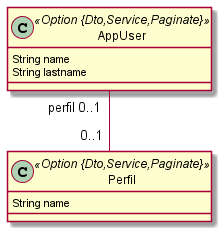
Above: myapp.png in tonporaqui/testjh (PlantUML), before the change.
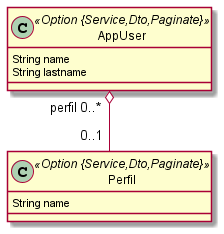
Later version of the same file.

Diff of the diagram source:
```diff
@@ -1,11 +1,11 @@
 @startuml
 	!pragma syntax class
-	class AppUser <<Option {Dto,Service,Paginate}>> {
+	class AppUser <<Option {Service,Dto,Paginate}>> {
 		String name
 		String lastname
 	}
-	class Perfil <<Option {Dto,Service,Paginate}>> {
+	class Perfil <<Option {Service,Dto,Paginate}>> {
 		String name
 	}
-	AppUser  "perfil 0..1 " -- "0..1 "  Perfil
+	AppUser  "perfil 0..* " o-- "0..1 "  Perfil
 @enduml
```
